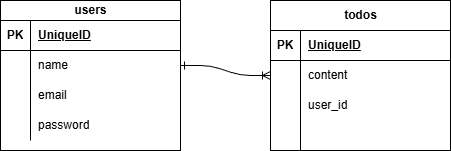
Earlier version of the draw.io export todo.drawio.png (urbexsaku/todo2). Source tidied: cells renumbered, new cells last; positions are measured from the earlier drawing's top-left corner, leaving out a move shared by most shapes.
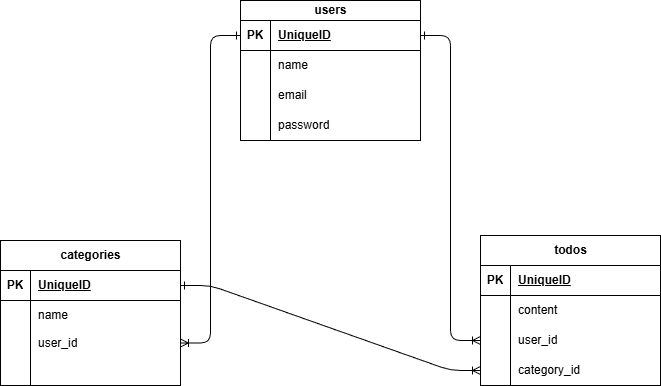
Later version of the same file.

Diff of the diagram source:
```diff
@@ -3,7 +3,7 @@
     <mxCell id="0" />
     <mxCell id="1" parent="0" />
     <mxCell id="2" value="todos" style="shape=table;startSize=30;rowLines=0;fontStyle=1;align=center;html=1;" parent="1" vertex="1">
-      <mxGeometry x="270" width="180" height="150" as="geometry" />
+      <mxGeometry x="490" y="35" width="180" height="150" as="geometry" />
     </mxCell>
     <mxCell id="3" style="shape=tableRow;horizontal=0;startSize=0;swimlaneHead=0;swimlaneBody=0;fillColor=none;top=0;left=0;right=0;bottom=1;" parent="2" vertex="1">
       <mxGeometry y="30" width="180" height="30" as="geometry" />
@@ -38,11 +38,31 @@
     <mxCell id="13" style="shape=partialRectangle;fillColor=none;top=0;left=0;bottom=0;right=0;overflow=hidden;whiteSpace=wrap;html=1;" parent="12" vertex="1">
       <mxGeometry width="30" height="30" as="geometry" />
     </mxCell>
-    <mxCell id="14" style="shape=partialRectangle;fillColor=none;top=0;left=0;bottom=0;right=0;align=left;spacingLeft=6;overflow=hidden;whiteSpace=wrap;html=1;" parent="12" vertex="1">
+    <mxCell id="14" value="category_id" style="shape=partialRectangle;fillColor=none;top=0;left=0;bottom=0;right=0;align=left;spacingLeft=6;overflow=hidden;whiteSpace=wrap;html=1;" parent="12" vertex="1">
       <mxGeometry x="30" width="150" height="30" as="geometry" />
     </mxCell>
+    <mxCell id="28" style="edgeStyle=entityRelationEdgeStyle;fontSize=12;html=1;endArrow=ERoneToMany;entryX=1;entryY=0.5;entryDx=0;entryDy=0;exitX=0;exitY=0.5;exitDx=0;exitDy=0;startArrow=ERone;startFill=0;" parent="1" edge="1" source="16" target="38">
+      <mxGeometry relative="1" as="geometry">
+        <Array as="points">
+          <mxPoint x="280" y="30" />
+          <mxPoint x="210" y="65" />
+        </Array>
+      </mxGeometry>
+    </mxCell>
+    <mxCell id="29" style="edgeStyle=entityRelationEdgeStyle;fontSize=12;html=1;endArrow=ERoneToMany;startArrow=ERone;exitX=1;exitY=0.5;exitDx=0;exitDy=0;entryX=0;entryY=0.5;entryDx=0;entryDy=0;startFill=0;endFill=0;" parent="1" edge="1" source="32" target="12">
+      <mxGeometry relative="1" as="geometry">
+        <Array as="points">
+          <mxPoint x="382" y="67.5" />
+          <mxPoint x="602" y="277.5" />
+          <mxPoint x="652" y="277.5" />
+        </Array>
+      </mxGeometry>
+    </mxCell>
+    <mxCell id="30" style="edgeStyle=entityRelationEdgeStyle;fontSize=12;html=1;endArrow=ERoneToMany;entryX=0;entryY=0.5;entryDx=0;entryDy=0;startArrow=ERone;startFill=0;" parent="1" edge="1" source="16" target="9">
+      <mxGeometry relative="1" as="geometry" />
+    </mxCell>
     <mxCell id="15" value="users" style="shape=table;startSize=20;rowLines=0;fontStyle=1;align=center;html=1;" parent="1" vertex="1">
-      <mxGeometry width="180" height="150" as="geometry" />
+      <mxGeometry x="250" y="-200" width="180" height="140" as="geometry" />
     </mxCell>
     <mxCell id="16" style="shape=tableRow;horizontal=0;startSize=0;swimlaneHead=0;swimlaneBody=0;fillColor=none;points=[[0,0.5],[1,0.5]];portConstraint=eastwest;top=0;left=0;right=0;bottom=1;" parent="15" vertex="1">
       <mxGeometry y="20" width="180" height="30" as="geometry" />
@@ -80,11 +100,44 @@
     <mxCell id="27" value="password" style="shape=partialRectangle;fillColor=none;top=0;left=0;bottom=0;right=0;align=left;spacingLeft=6;overflow=hidden;whiteSpace=wrap;html=1;" parent="25" vertex="1">
       <mxGeometry x="30" width="150" height="30" as="geometry" />
     </mxCell>
-    <mxCell id="28" style="edgeStyle=entityRelationEdgeStyle;fontSize=12;html=1;endArrow=ERoneToMany;entryX=0;entryY=0.5;entryDx=0;entryDy=0;exitX=1;exitY=0.5;exitDx=0;exitDy=0;startArrow=ERone;startFill=0;" parent="1" edge="1">
-      <mxGeometry relative="1" as="geometry">
-        <mxPoint x="180" y="65" as="sourcePoint" />
-        <mxPoint x="270" y="75" as="targetPoint" />
-      </mxGeometry>
-    </mxCell>
+    <mxCell id="31" value="categories" style="shape=table;startSize=30;rowLines=0;fontStyle=1;align=center;html=1;" parent="1" vertex="1">
+      <mxGeometry x="10" y="40" width="180" height="145" as="geometry" />
+    </mxCell>
+    <mxCell id="32" style="shape=tableRow;horizontal=0;startSize=0;swimlaneHead=0;swimlaneBody=0;fillColor=none;points=[[0,0.5],[1,0.5]];portConstraint=eastwest;top=0;left=0;right=0;bottom=1;" parent="31" vertex="1">
+      <mxGeometry y="30" width="180" height="30" as="geometry" />
+    </mxCell>
+    <mxCell id="33" value="PK" style="shape=partialRectangle;fillColor=none;top=0;left=0;bottom=0;right=0;fontStyle=1;overflow=hidden;whiteSpace=wrap;html=1;" parent="32" vertex="1">
+      <mxGeometry width="30" height="30" as="geometry" />
+    </mxCell>
+    <mxCell id="34" value="UniqueID" style="shape=partialRectangle;fillColor=none;top=0;left=0;bottom=0;right=0;align=left;spacingLeft=6;fontStyle=5;overflow=hidden;whiteSpace=wrap;html=1;" parent="32" vertex="1">
+      <mxGeometry x="30" width="150" height="30" as="geometry" />
+    </mxCell>
+    <mxCell id="35" style="shape=tableRow;horizontal=0;startSize=0;swimlaneHead=0;swimlaneBody=0;fillColor=none;top=0;left=0;right=0;bottom=0;" parent="31" vertex="1">
+      <mxGeometry y="60" width="180" height="30" as="geometry" />
+    </mxCell>
+    <mxCell id="36" style="shape=partialRectangle;fillColor=none;top=0;left=0;bottom=0;right=0;overflow=hidden;whiteSpace=wrap;html=1;" parent="35" vertex="1">
+      <mxGeometry width="30" height="30" as="geometry" />
+    </mxCell>
+    <mxCell id="37" value="name&lt;span style=&quot;white-space: pre;&quot;&gt;&#9;&lt;/span&gt;" style="shape=partialRectangle;fillColor=none;top=0;left=0;bottom=0;right=0;align=left;spacingLeft=6;overflow=hidden;whiteSpace=wrap;html=1;" parent="35" vertex="1">
+      <mxGeometry x="30" width="150" height="30" as="geometry" />
+    </mxCell>
+    <mxCell id="38" style="shape=tableRow;horizontal=0;startSize=0;swimlaneHead=0;swimlaneBody=0;fillColor=none;points=[[0,0.5],[1,0.5]];portConstraint=eastwest;top=0;left=0;right=0;bottom=0;" parent="31" vertex="1">
+      <mxGeometry y="90" width="180" height="25" as="geometry" />
+    </mxCell>
+    <mxCell id="39" style="shape=partialRectangle;fillColor=none;top=0;left=0;bottom=0;right=0;overflow=hidden;whiteSpace=wrap;html=1;" parent="38" vertex="1">
+      <mxGeometry width="30" height="25" as="geometry" />
+    </mxCell>
+    <mxCell id="40" value="user_id" style="shape=partialRectangle;fillColor=none;top=0;left=0;bottom=0;right=0;align=left;spacingLeft=6;overflow=hidden;whiteSpace=wrap;html=1;" parent="38" vertex="1">
+      <mxGeometry x="30" width="150" height="25" as="geometry" />
+    </mxCell>
+    <mxCell id="41" style="shape=tableRow;horizontal=0;startSize=0;swimlaneHead=0;swimlaneBody=0;fillColor=none;top=0;left=0;right=0;bottom=0;" parent="31" vertex="1">
+      <mxGeometry y="115" width="180" height="30" as="geometry" />
+    </mxCell>
+    <mxCell id="42" style="shape=partialRectangle;fillColor=none;top=0;left=0;bottom=0;right=0;overflow=hidden;whiteSpace=wrap;html=1;" parent="41" vertex="1">
+      <mxGeometry width="30" height="30" as="geometry" />
+    </mxCell>
+    <mxCell id="43" style="shape=partialRectangle;fillColor=none;top=0;left=0;bottom=0;right=0;align=left;spacingLeft=6;overflow=hidden;whiteSpace=wrap;html=1;" parent="41" vertex="1">
+      <mxGeometry x="30" width="150" height="30" as="geometry" />
+    </mxCell>
   </root>
 </mxGraphModel>
```
